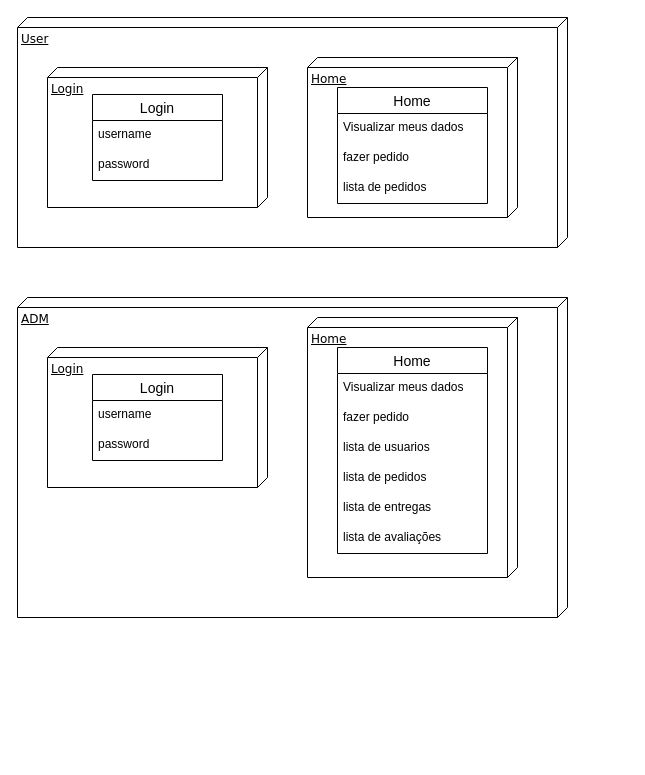
Earlier version of the draw.io diagram UML/TelaUML.drawio (Iot-Health-Br/Angular_RangoExpress). Source tidied: cells renumbered, new cells numbered last; positions are measured from the earlier drawing's top-left corner, leaving out a move shared by most shapes. Both pictures are drawn from the tidied source at 100%, with x=0, y=0 at pixel (17, 17).
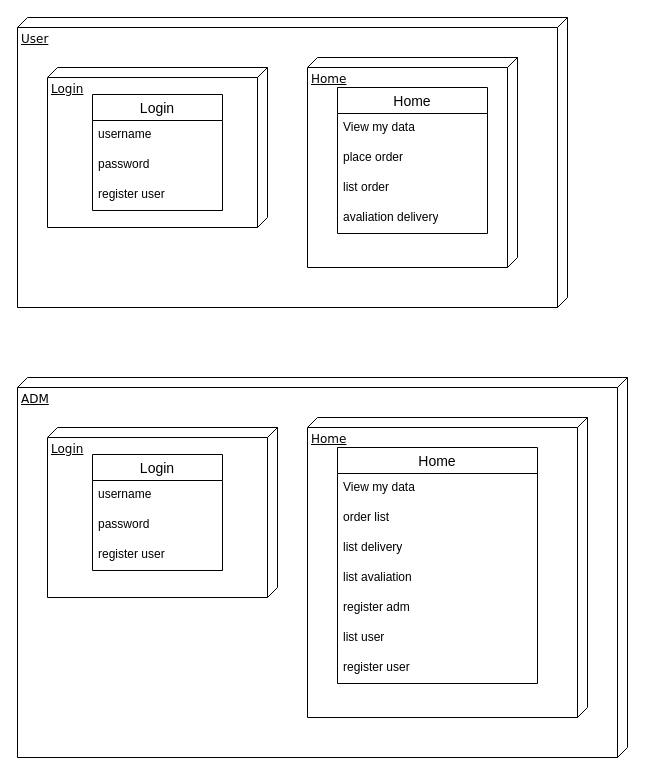
The same page after the edit.

The edit, as a diff of the source:
```diff
@@
     <mxCell id="2" value="User" style="verticalAlign=top;align=left;spacingTop=8;spacingLeft=2;spacingRight=12;shape=cube;size=10;direction=south;fontStyle=4;html=1;rounded=0;shadow=0;comic=0;labelBackgroundColor=none;strokeWidth=1;fontFamily=Verdana;fontSize=12;" parent="1" vertex="1">
-      <mxGeometry width="550" height="230" as="geometry" />
+      <mxGeometry width="550" height="290" as="geometry" />
     </mxCell>
     <mxCell id="3" value="Login" style="verticalAlign=top;align=left;spacingTop=8;spacingLeft=2;spacingRight=12;shape=cube;size=10;direction=south;fontStyle=4;html=1;rounded=0;shadow=0;comic=0;labelBackgroundColor=none;strokeWidth=1;fontFamily=Verdana;fontSize=12;" parent="1" vertex="1">
-      <mxGeometry x="30" y="50" width="220" height="140" as="geometry" />
+      <mxGeometry x="30" y="50" width="220" height="160" as="geometry" />
     </mxCell>
     <mxCell id="4" value="Login" style="swimlane;fontStyle=0;horizontal=1;startSize=26;align=center;fontSize=14;" parent="1" vertex="1">
-      <mxGeometry x="75" y="77" width="130" height="86" as="geometry" />
+      <mxGeometry x="75" y="77" width="130" height="116" as="geometry" />
     </mxCell>
@@
+    <mxCell id="25" value="register user" style="text;strokeColor=none;fillColor=none;spacingLeft=4;spacingRight=4;overflow=hidden;fontSize=12;whiteSpace=wrap;html=1;" parent="4" vertex="1">
+      <mxGeometry y="86" width="130" height="30" as="geometry" />
+    </mxCell>
     <mxCell id="7" value="Home" style="verticalAlign=top;align=left;spacingTop=8;spacingLeft=2;spacingRight=12;shape=cube;size=10;direction=south;fontStyle=4;html=1;rounded=0;shadow=0;comic=0;labelBackgroundColor=none;strokeWidth=1;fontFamily=Verdana;fontSize=12;" parent="1" vertex="1">
-      <mxGeometry x="290" y="40" width="210" height="160" as="geometry" />
+      <mxGeometry x="290" y="40" width="210" height="210" as="geometry" />
     </mxCell>
     <mxCell id="8" value="Home" style="swimlane;fontStyle=0;horizontal=1;startSize=26;align=center;fontSize=14;" parent="1" vertex="1">
-      <mxGeometry x="320" y="70" width="150" height="116" as="geometry" />
+      <mxGeometry x="320" y="70" width="150" height="146" as="geometry" />
     </mxCell>
-    <mxCell id="9" value="Visualizar meus dados" style="text;strokeColor=none;fillColor=none;spacingLeft=4;spacingRight=4;overflow=hidden;fontSize=12;whiteSpace=wrap;html=1;" parent="8" vertex="1">
-      <mxGeometry y="26" width="150" height="30" as="geometry" />
-    </mxCell>
+    <mxCell id="26" value="View my data" style="text;strokeColor=none;fillColor=none;spacingLeft=4;spacingRight=4;overflow=hidden;fontSize=12;whiteSpace=wrap;html=1;" parent="8" vertex="1">
+      <mxGeometry y="26" width="150" height="30" as="geometry" />
+    </mxCell>
-    <mxCell id="10" value="fazer pedido" style="text;strokeColor=none;fillColor=none;spacingLeft=4;spacingRight=4;overflow=hidden;fontSize=12;whiteSpace=wrap;html=1;" parent="8" vertex="1">
+    <mxCell id="10" value="place order" style="text;strokeColor=none;fillColor=none;spacingLeft=4;spacingRight=4;overflow=hidden;fontSize=12;whiteSpace=wrap;html=1;" parent="8" vertex="1">
       <mxGeometry y="56" width="150" height="30" as="geometry" />
     </mxCell>
-    <mxCell id="11" value="lista de pedidos" style="text;strokeColor=none;fillColor=none;spacingLeft=4;spacingRight=4;overflow=hidden;fontSize=12;whiteSpace=wrap;html=1;" parent="8" vertex="1">
+    <mxCell id="11" value="list order" style="text;strokeColor=none;fillColor=none;spacingLeft=4;spacingRight=4;overflow=hidden;fontSize=12;whiteSpace=wrap;html=1;" parent="8" vertex="1">
       <mxGeometry y="86" width="150" height="30" as="geometry" />
     </mxCell>
+    <mxCell id="27" value="avaliation delivery" style="text;strokeColor=none;fillColor=none;spacingLeft=4;spacingRight=4;overflow=hidden;fontSize=12;whiteSpace=wrap;html=1;" parent="8" vertex="1">
+      <mxGeometry y="116" width="150" height="30" as="geometry" />
+    </mxCell>
     <mxCell id="12" value="ADM" style="verticalAlign=top;align=left;spacingTop=8;spacingLeft=2;spacingRight=12;shape=cube;size=10;direction=south;fontStyle=4;html=1;rounded=0;shadow=0;comic=0;labelBackgroundColor=none;strokeWidth=1;fontFamily=Verdana;fontSize=12;" parent="1" vertex="1">
-      <mxGeometry y="280" width="550" height="320" as="geometry" />
+      <mxGeometry y="360" width="610" height="380" as="geometry" />
     </mxCell>
     <mxCell id="13" value="Login" style="verticalAlign=top;align=left;spacingTop=8;spacingLeft=2;spacingRight=12;shape=cube;size=10;direction=south;fontStyle=4;html=1;rounded=0;shadow=0;comic=0;labelBackgroundColor=none;strokeWidth=1;fontFamily=Verdana;fontSize=12;" parent="1" vertex="1">
-      <mxGeometry x="30" y="330" width="220" height="140" as="geometry" />
+      <mxGeometry x="30" y="410" width="230" height="170" as="geometry" />
     </mxCell>
     <mxCell id="14" value="Login" style="swimlane;fontStyle=0;horizontal=1;startSize=26;align=center;fontSize=14;" parent="1" vertex="1">
-      <mxGeometry x="75" y="357" width="130" height="86" as="geometry" />
+      <mxGeometry x="75" y="437" width="130" height="116" as="geometry" />
     </mxCell>
@@
+    <mxCell id="28" value="register user" style="text;strokeColor=none;fillColor=none;spacingLeft=4;spacingRight=4;overflow=hidden;fontSize=12;whiteSpace=wrap;html=1;" parent="14" vertex="1">
+      <mxGeometry y="86" width="130" height="30" as="geometry" />
+    </mxCell>
     <mxCell id="17" value="Home" style="verticalAlign=top;align=left;spacingTop=8;spacingLeft=2;spacingRight=12;shape=cube;size=10;direction=south;fontStyle=4;html=1;rounded=0;shadow=0;comic=0;labelBackgroundColor=none;strokeWidth=1;fontFamily=Verdana;fontSize=12;" parent="1" vertex="1">
-      <mxGeometry x="290" y="300" width="210" height="260" as="geometry" />
+      <mxGeometry x="290" y="400" width="280" height="300" as="geometry" />
     </mxCell>
     <mxCell id="18" value="Home" style="swimlane;fontStyle=0;horizontal=1;startSize=26;align=center;fontSize=14;" parent="1" vertex="1">
-      <mxGeometry x="320" y="330" width="150" height="206" as="geometry" />
+      <mxGeometry x="320" y="430" width="200" height="236" as="geometry" />
     </mxCell>
-    <mxCell id="19" value="Visualizar meus dados" style="text;strokeColor=none;fillColor=none;spacingLeft=4;spacingRight=4;overflow=hidden;fontSize=12;whiteSpace=wrap;html=1;" parent="18" vertex="1">
-      <mxGeometry y="26" width="150" height="30" as="geometry" />
+    <mxCell id="19" value="View my data" style="text;strokeColor=none;fillColor=none;spacingLeft=4;spacingRight=4;overflow=hidden;fontSize=12;whiteSpace=wrap;html=1;" parent="18" vertex="1">
+      <mxGeometry y="26" width="200" height="30" as="geometry" />
     </mxCell>
-    <mxCell id="20" value="fazer pedido" style="text;strokeColor=none;fillColor=none;spacingLeft=4;spacingRight=4;overflow=hidden;fontSize=12;whiteSpace=wrap;html=1;" parent="18" vertex="1">
-      <mxGeometry y="56" width="150" height="30" as="geometry" />
-    </mxCell>
-    <mxCell id="21" value="lista de usuarios" style="text;strokeColor=none;fillColor=none;spacingLeft=4;spacingRight=4;overflow=hidden;fontSize=12;whiteSpace=wrap;html=1;" parent="18" vertex="1">
-      <mxGeometry y="86" width="150" height="30" as="geometry" />
-    </mxCell>
-    <mxCell id="22" value="lista de pedidos" style="text;strokeColor=none;fillColor=none;spacingLeft=4;spacingRight=4;overflow=hidden;fontSize=12;whiteSpace=wrap;html=1;" parent="18" vertex="1">
-      <mxGeometry y="116" width="150" height="30" as="geometry" />
+    <mxCell id="22" value="order list" style="text;strokeColor=none;fillColor=none;spacingLeft=4;spacingRight=4;overflow=hidden;fontSize=12;whiteSpace=wrap;html=1;" parent="18" vertex="1">
+      <mxGeometry y="56" width="200" height="30" as="geometry" />
     </mxCell>
-    <mxCell id="23" value="lista de entregas" style="text;strokeColor=none;fillColor=none;spacingLeft=4;spacingRight=4;overflow=hidden;fontSize=12;whiteSpace=wrap;html=1;" parent="18" vertex="1">
-      <mxGeometry y="146" width="150" height="30" as="geometry" />
+    <mxCell id="23" value="list delivery" style="text;strokeColor=none;fillColor=none;spacingLeft=4;spacingRight=4;overflow=hidden;fontSize=12;whiteSpace=wrap;html=1;" parent="18" vertex="1">
+      <mxGeometry y="86" width="200" height="30" as="geometry" />
     </mxCell>
-    <mxCell id="24" value="lista de avaliações" style="text;strokeColor=none;fillColor=none;spacingLeft=4;spacingRight=4;overflow=hidden;fontSize=12;whiteSpace=wrap;html=1;" parent="18" vertex="1">
-      <mxGeometry y="176" width="150" height="30" as="geometry" />
+    <mxCell id="24" value="list avaliation" style="text;strokeColor=none;fillColor=none;spacingLeft=4;spacingRight=4;overflow=hidden;fontSize=12;whiteSpace=wrap;html=1;" parent="18" vertex="1">
+      <mxGeometry y="116" width="200" height="30" as="geometry" />
     </mxCell>
+    <mxCell id="29" value="register adm&lt;div&gt;&lt;br&gt;&lt;/div&gt;" style="text;strokeColor=none;fillColor=none;spacingLeft=4;spacingRight=4;overflow=hidden;fontSize=12;whiteSpace=wrap;html=1;" parent="18" vertex="1">
+      <mxGeometry y="146" width="200" height="30" as="geometry" />
+    </mxCell>
+    <mxCell id="21" value="list user" style="text;strokeColor=none;fillColor=none;spacingLeft=4;spacingRight=4;overflow=hidden;fontSize=12;whiteSpace=wrap;html=1;" parent="18" vertex="1">
+      <mxGeometry y="176" width="200" height="30" as="geometry" />
+    </mxCell>
+    <mxCell id="30" value="register user" style="text;strokeColor=none;fillColor=none;spacingLeft=4;spacingRight=4;overflow=hidden;fontSize=12;whiteSpace=wrap;html=1;" parent="18" vertex="1">
+      <mxGeometry y="206" width="200" height="30" as="geometry" />
+    </mxCell>
```
